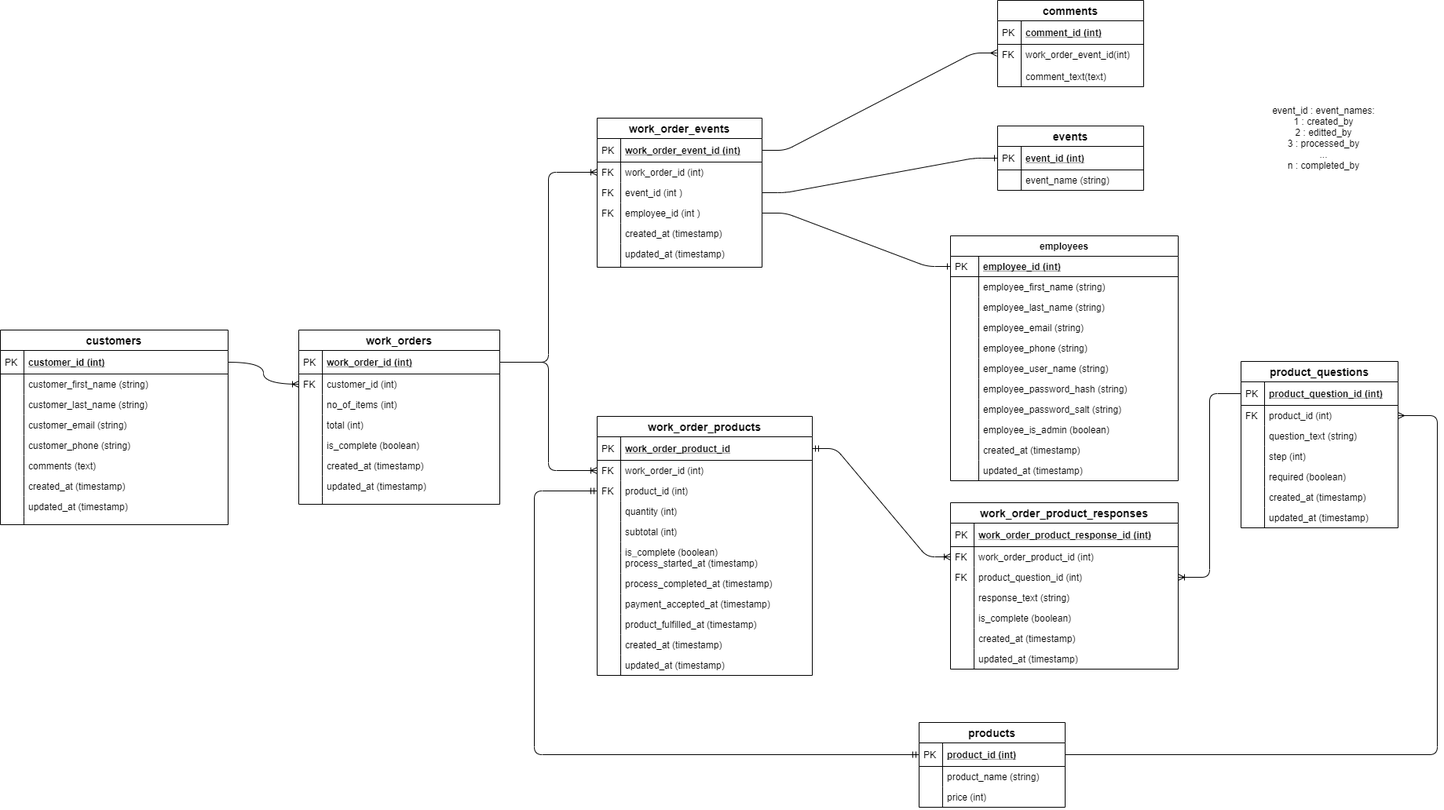
Above: db_schema_view.png in openorderapp/documentation (draw.io), before the change. Source tidied: cells renumbered, new cells last; positions are measured from the earlier drawing's top-left corner, leaving out a move shared by most shapes.
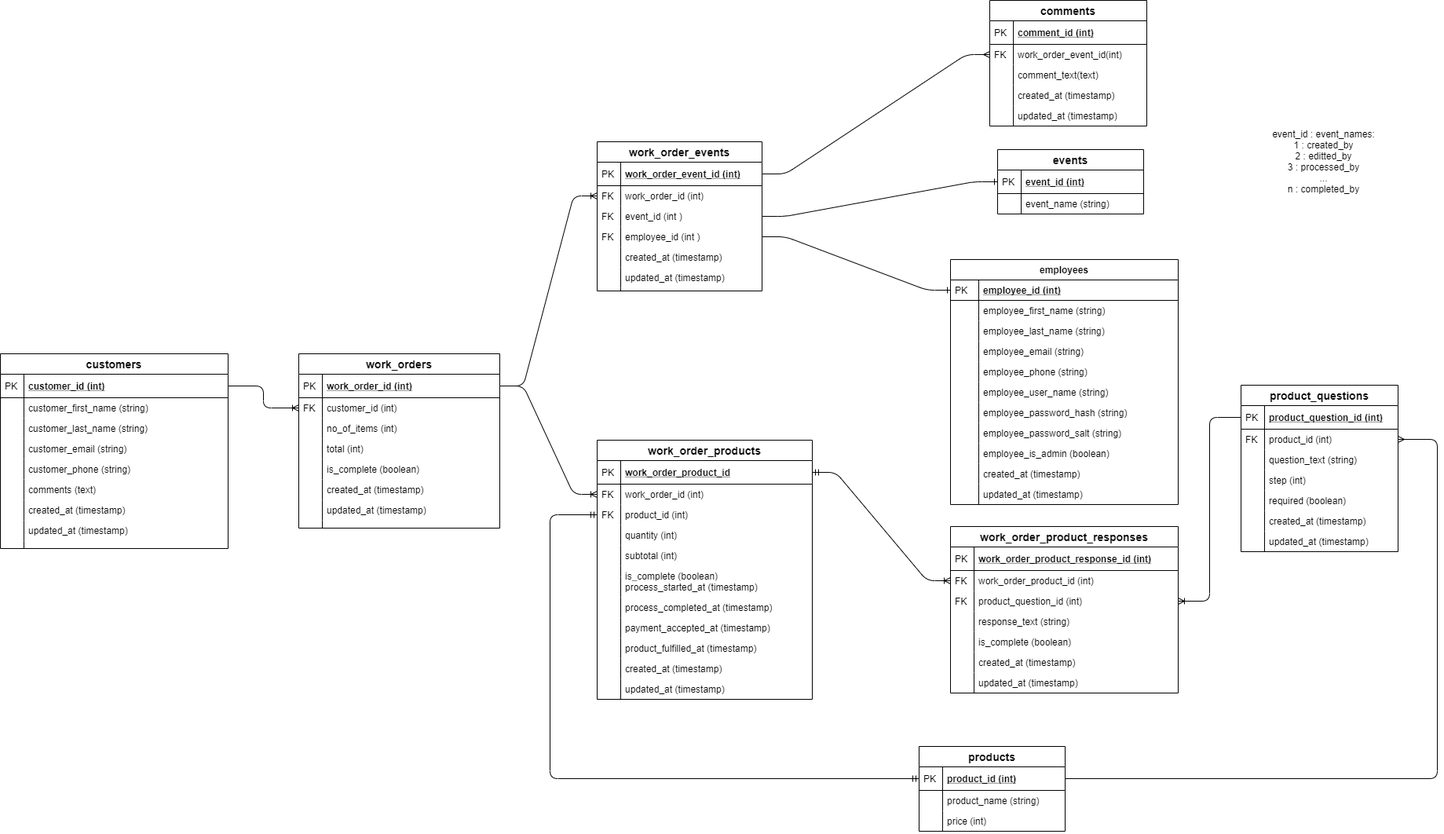
Later version of the same file.

Commit message:
Update comments table on the schema digram

Change to the diagram source:
```diff
@@ -2,17 +2,17 @@
   <root>
     <mxCell id="0" />
     <mxCell id="1" parent="0" />
-    <mxCell id="2" style="edgeStyle=orthogonalEdgeStyle;fontSize=12;html=1;endArrow=ERoneToMany;exitX=1;exitY=0.5;exitDx=0;exitDy=0;entryX=0;entryY=0.5;entryDx=0;entryDy=0;curved=1;" parent="1" edge="1" source="76" target="13">
+    <mxCell id="2" style="edgeStyle=orthogonalEdgeStyle;fontSize=12;html=1;endArrow=ERoneToMany;exitX=1;exitY=0.5;exitDx=0;exitDy=0;entryX=0;entryY=0.5;entryDx=0;entryDy=0;" parent="1" edge="1" source="76" target="13">
       <mxGeometry relative="1" as="geometry" />
     </mxCell>
-    <mxCell id="3" style="edgeStyle=orthogonalEdgeStyle;fontSize=12;html=1;endArrow=ERoneToMany;exitX=1;exitY=0.5;exitDx=0;exitDy=0;entryX=0;entryY=0.5;entryDx=0;entryDy=0;" parent="1" edge="1" source="11" target="37">
+    <mxCell id="3" style="edgeStyle=entityRelationEdgeStyle;fontSize=12;html=1;endArrow=ERoneToMany;exitX=1;exitY=0.5;exitDx=0;exitDy=0;entryX=0;entryY=0.5;entryDx=0;entryDy=0;" parent="1" edge="1" source="11" target="37">
       <mxGeometry relative="1" as="geometry" />
     </mxCell>
     <mxCell id="4" style="edgeStyle=orthogonalEdgeStyle;fontSize=12;html=1;endArrow=ERmandOne;startArrow=ERmandOne;entryX=0;entryY=0.5;entryDx=0;entryDy=0;exitX=0;exitY=0.5;exitDx=0;exitDy=0;" parent="1" edge="1" source="39" target="28">
       <mxGeometry relative="1" as="geometry">
         <Array as="points">
-          <mxPoint x="680" y="625" />
-          <mxPoint x="680" y="961" />
+          <mxPoint x="700" y="625" />
+          <mxPoint x="700" y="961" />
         </Array>
       </mxGeometry>
     </mxCell>
@@ -27,7 +27,7 @@
     <mxCell id="6" value="event_id : event_names:&lt;br&gt;1 : created_by&lt;br&gt;2 : editted_by&lt;br&gt;3 : processed_by&lt;br&gt;...&lt;br&gt;n : completed_by" style="text;html=1;align=center;verticalAlign=middle;" parent="1" vertex="1">
       <mxGeometry x="1610" y="130" width="150" height="90" as="geometry" />
     </mxCell>
-    <mxCell id="7" style="edgeStyle=orthogonalEdgeStyle;fontSize=12;html=1;endArrow=ERoneToMany;exitX=1;exitY=0.5;exitDx=0;exitDy=0;entryX=0;entryY=0.5;entryDx=0;entryDy=0;" parent="1" edge="1" source="11" target="97">
+    <mxCell id="7" style="edgeStyle=entityRelationEdgeStyle;fontSize=12;html=1;endArrow=ERoneToMany;exitX=1;exitY=0.5;exitDx=0;exitDy=0;entryX=0;entryY=0.5;entryDx=0;entryDy=0;" parent="1" edge="1" source="11" target="97">
       <mxGeometry relative="1" as="geometry" />
     </mxCell>
     <mxCell id="8" style="edgeStyle=entityRelationEdgeStyle;fontSize=12;html=1;endArrow=ERone;endFill=1;entryX=0;entryY=0.5;entryDx=0;entryDy=0;exitX=1;exitY=0.5;exitDx=0;exitDy=0;" parent="1" edge="1" source="99" target="150">
@@ -336,7 +336,7 @@
     <mxCell id="109" style="edgeStyle=entityRelationEdgeStyle;fontSize=12;html=1;endArrow=ERone;endFill=1;entryX=0;entryY=0.5;entryDx=0;entryDy=0;exitX=1;exitY=0.5;exitDx=0;exitDy=0;" parent="1" edge="1" source="101" target="127">
       <mxGeometry relative="1" as="geometry" />
     </mxCell>
-    <mxCell id="110" style="edgeStyle=entityRelationEdgeStyle;fontSize=12;html=1;endArrow=ERmany;exitX=1;exitY=0.5;exitDx=0;exitDy=0;entryX=-0.005;entryY=0.204;entryDx=0;entryDy=0;entryPerimeter=0;" parent="1" edge="1" source="95" target="157">
+    <mxCell id="110" style="edgeStyle=entityRelationEdgeStyle;fontSize=12;html=1;endArrow=ERmany;exitX=1;exitY=0.5;exitDx=0;exitDy=0;entryX=0;entryY=0.5;entryDx=0;entryDy=0;" parent="1" edge="1" source="95" target="159">
       <mxGeometry relative="1" as="geometry" />
     </mxCell>
     <mxCell id="111" value="work_order_product_responses" style="swimlane;fontStyle=1;horizontal=1;startSize=26;align=center;fontSize=14;" parent="1" vertex="1">
@@ -469,19 +469,37 @@
       <mxGeometry width="30" height="26" as="geometry" />
     </mxCell>
     <mxCell id="154" value="comments" style="swimlane;fontStyle=1;horizontal=1;startSize=26;align=center;fontSize=14;" parent="1" vertex="1">
-      <mxGeometry x="1270" width="186" height="110" as="geometry" />
+      <mxGeometry x="1260" y="-30" width="200" height="160" as="geometry" />
     </mxCell>
     <mxCell id="155" value="comment_id (int)" style="shape=partialRectangle;top=0;left=0;right=0;bottom=1;align=left;verticalAlign=middle;fillColor=none;spacingLeft=34;spacingRight=4;overflow=hidden;fontStyle=5;fontSize=12;" parent="154" vertex="1">
-      <mxGeometry y="26" width="186" height="30" as="geometry" />
+      <mxGeometry y="26" width="200" height="30" as="geometry" />
     </mxCell>
     <mxCell id="156" value="PK" style="shape=partialRectangle;top=0;left=0;bottom=0;fillColor=none;align=left;verticalAlign=middle;spacingLeft=4;spacingRight=4;overflow=hidden;fontSize=12;" parent="155" vertex="1">
       <mxGeometry width="30" height="30" as="geometry" />
     </mxCell>
-    <mxCell id="157" value="work_order_event_id(int)&#10;&#10;comment_text(text)" style="shape=partialRectangle;top=0;left=0;right=0;bottom=0;align=left;verticalAlign=top;fillColor=none;spacingLeft=34;spacingRight=4;overflow=hidden;points=[[0,0.5],[1,0.5]];portConstraint=eastwest;fontSize=12;" parent="154" vertex="1">
-      <mxGeometry y="56" width="186" height="54" as="geometry" />
-    </mxCell>
+    <mxCell id="159" value="work_order_event_id(int)" style="shape=partialRectangle;top=0;left=0;right=0;bottom=0;align=left;verticalAlign=top;fillColor=none;spacingLeft=34;spacingRight=4;overflow=hidden;points=[[0,0.5],[1,0.5]];portConstraint=eastwest;fontSize=12;" parent="154" vertex="1">
+      <mxGeometry y="56" width="200" height="26" as="geometry" />
+    </mxCell>
-    <mxCell id="158" value="FK" style="shape=partialRectangle;top=0;left=0;bottom=0;fillColor=none;align=left;verticalAlign=top;spacingLeft=4;spacingRight=4;overflow=hidden;fontSize=12;" parent="157" vertex="1">
-      <mxGeometry width="30" height="54" as="geometry" />
+    <mxCell id="158" value="FK" style="shape=partialRectangle;top=0;left=0;bottom=0;fillColor=none;align=left;verticalAlign=top;spacingLeft=4;spacingRight=4;overflow=hidden;fontSize=12;" parent="159" vertex="1">
+      <mxGeometry width="30" height="26" as="geometry" />
     </mxCell>
+    <mxCell id="160" value="comment_text(text)" style="shape=partialRectangle;top=0;left=0;right=0;bottom=0;align=left;verticalAlign=top;fillColor=none;spacingLeft=34;spacingRight=4;overflow=hidden;fontSize=12;" parent="154" vertex="1">
+      <mxGeometry y="82" width="200" height="26" as="geometry" />
+    </mxCell>
+    <mxCell id="161" style="shape=partialRectangle;top=0;left=0;bottom=0;fillColor=none;align=left;verticalAlign=top;spacingLeft=4;spacingRight=4;overflow=hidden;fontSize=12;" parent="160" vertex="1">
+      <mxGeometry width="30" height="26" as="geometry" />
+    </mxCell>
+    <mxCell id="162" value="created_at (timestamp)" style="shape=partialRectangle;top=0;left=0;right=0;bottom=0;align=left;verticalAlign=top;fillColor=none;spacingLeft=34;spacingRight=4;overflow=hidden;fontSize=12;" parent="154" vertex="1">
+      <mxGeometry y="108" width="200" height="26" as="geometry" />
+    </mxCell>
+    <mxCell id="163" style="shape=partialRectangle;top=0;left=0;bottom=0;fillColor=none;align=left;verticalAlign=top;spacingLeft=4;spacingRight=4;overflow=hidden;fontSize=12;" parent="162" vertex="1">
+      <mxGeometry width="30" height="26" as="geometry" />
+    </mxCell>
+    <mxCell id="164" value="updated_at (timestamp)" style="shape=partialRectangle;top=0;left=0;right=0;bottom=0;align=left;verticalAlign=top;fillColor=none;spacingLeft=34;spacingRight=4;overflow=hidden;fontSize=12;" parent="154" vertex="1">
+      <mxGeometry y="134" width="200" height="26" as="geometry" />
+    </mxCell>
+    <mxCell id="165" style="shape=partialRectangle;top=0;left=0;bottom=0;fillColor=none;align=left;verticalAlign=top;spacingLeft=4;spacingRight=4;overflow=hidden;fontSize=12;" parent="164" vertex="1">
+      <mxGeometry width="30" height="26" as="geometry" />
+    </mxCell>
   </root>
 </mxGraphModel>
```
